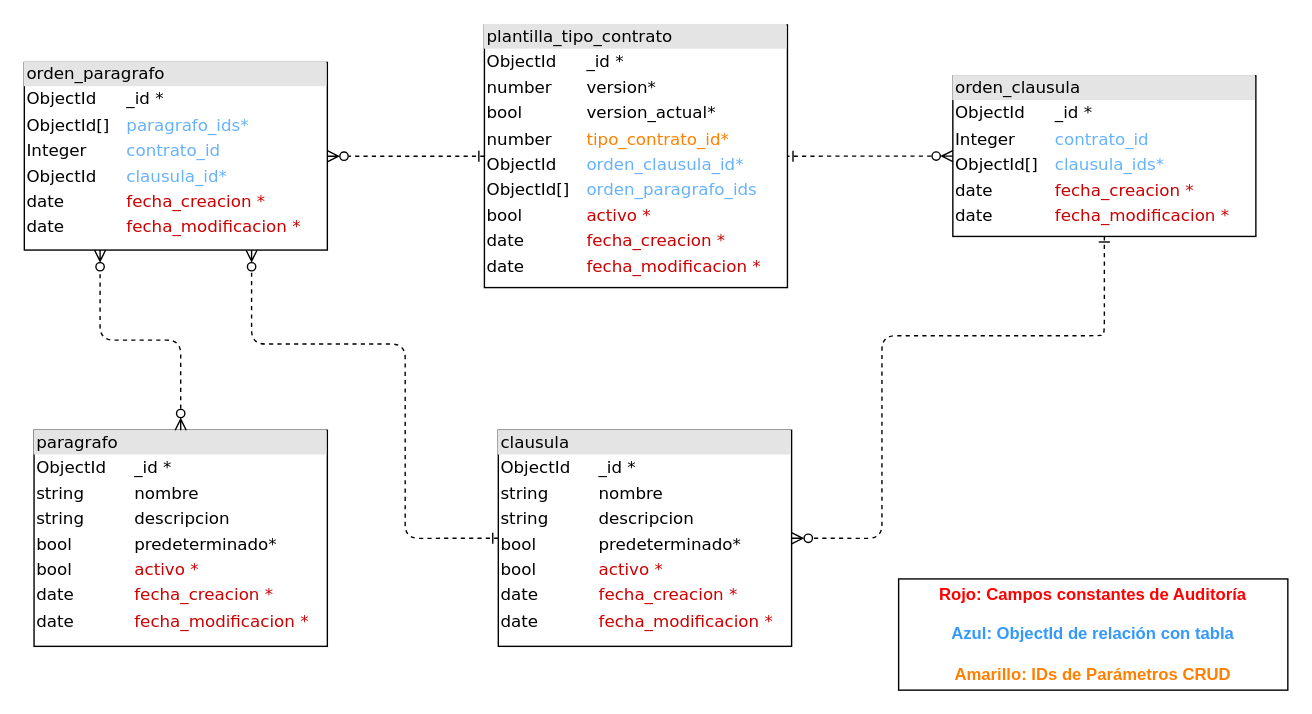
Before: database/modelo-datos-no-relacional-clausulas-paragrafos.drawio in udistrital/clausulas_paragrafos_crud, a draw.io diagram. Source tidied: cells renumbered, new cells numbered last; positions are measured from the earlier drawing's top-left corner, leaving out a move shared by most shapes. Both pictures are drawn from the tidied source at 139%, with x=0, y=0 at pixel (24, 24).
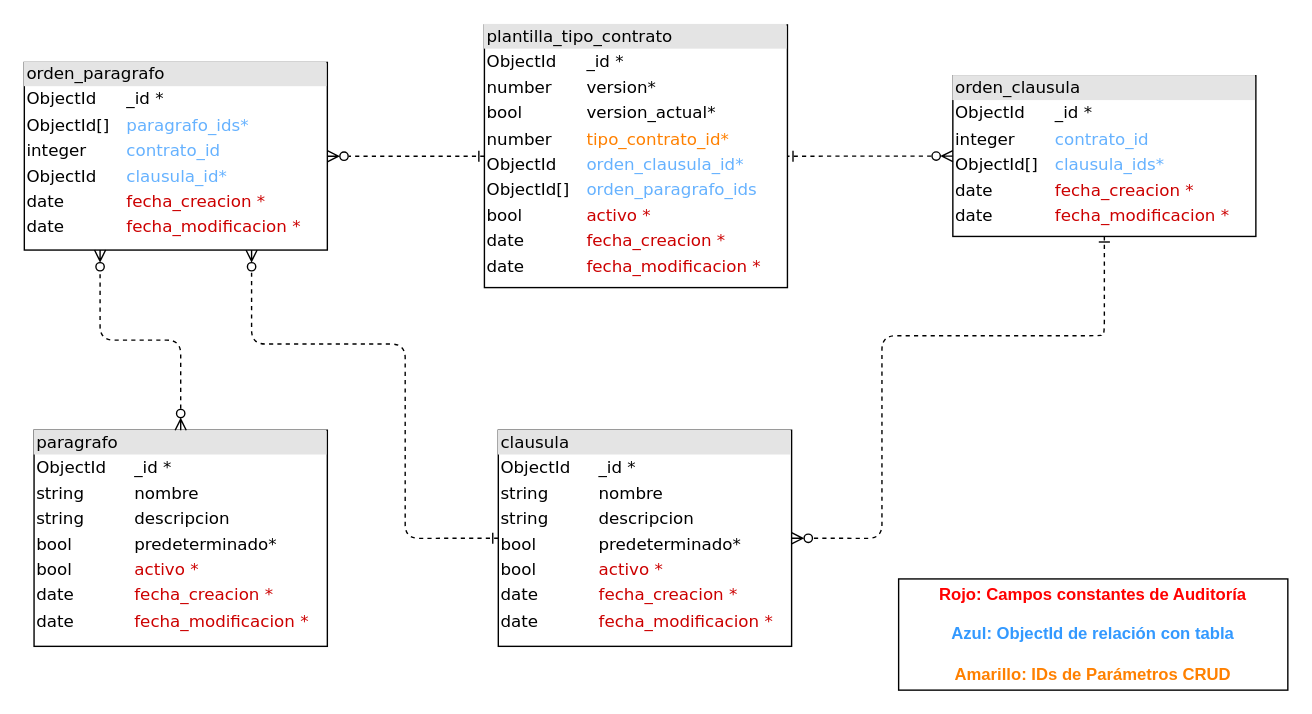
After the change.

Commit message (it also covers changes not shown here):
feat: Actualización modelo de datos udistrital/argo_documentacion#148

Diff of the diagram source:
```diff
@@
 <mxGraphModel>
   <root>
     <mxCell id="0" />
     <mxCell id="1" parent="0" />
     <mxCell id="2" value="&lt;div style=&quot;box-sizing: border-box ; width: 100% ; background: #e4e4e4 ; padding: 2px&quot;&gt;clausula&lt;/div&gt;&lt;table style=&quot;width: 100% ; font-size: 1em&quot; cellpadding=&quot;2&quot; cellspacing=&quot;0&quot;&gt;&lt;tbody&gt;&lt;tr&gt;&lt;td&gt;ObjectId&lt;span style=&quot;white-space: pre;&quot;&gt;&#9;&lt;/span&gt;&lt;/td&gt;&lt;td&gt;_id *&lt;/td&gt;&lt;/tr&gt;&lt;tr&gt;&lt;td&gt;string&lt;/td&gt;&lt;td&gt;nombre&lt;/td&gt;&lt;/tr&gt;&lt;tr&gt;&lt;td&gt;string&lt;br&gt;&lt;/td&gt;&lt;td&gt;descripcion&lt;br&gt;&lt;/td&gt;&lt;/tr&gt;&lt;tr&gt;&lt;td&gt;bool&lt;/td&gt;&lt;td&gt;predeterminado*&lt;/td&gt;&lt;/tr&gt;&lt;tr&gt;&lt;td&gt;bool&lt;br&gt;&lt;/td&gt;&lt;td&gt;&lt;span style=&quot;color: rgb(204, 0, 0);&quot;&gt;activo *&lt;/span&gt;&lt;br style=&quot;color: rgb(204, 0, 0);&quot;&gt;&lt;/td&gt;&lt;/tr&gt;&lt;tr&gt;&lt;td&gt;date&lt;/td&gt;&lt;td&gt;&lt;span style=&quot;color: rgb(204, 0, 0);&quot;&gt;fecha_creacion *&lt;/span&gt;&lt;br style=&quot;color: rgb(204, 0, 0);&quot;&gt;&lt;/td&gt;&lt;/tr&gt;&lt;tr&gt;&lt;td&gt;date&lt;/td&gt;&lt;td&gt;&lt;span style=&quot;color: rgb(204, 0, 0);&quot;&gt;fecha_modificacion *&lt;/span&gt;&lt;br&gt;&lt;/td&gt;&lt;/tr&gt;&lt;/tbody&gt;&lt;/table&gt;" style="verticalAlign=top;align=left;overflow=fill;html=1;rounded=0;shadow=0;comic=0;labelBackgroundColor=none;strokeWidth=1;fontFamily=Verdana;fontSize=12;" parent="1" vertex="1">
       <mxGeometry x="341" y="292" width="211" height="155.5" as="geometry" />
     </mxCell>
     <mxCell id="3" value="&lt;div style=&quot;box-sizing: border-box ; width: 100% ; background: #e4e4e4 ; padding: 2px&quot;&gt;paragrafo&lt;/div&gt;&lt;table style=&quot;width: 100% ; font-size: 1em&quot; cellpadding=&quot;2&quot; cellspacing=&quot;0&quot;&gt;&lt;tbody&gt;&lt;tr&gt;&lt;td&gt;ObjectId&lt;span style=&quot;white-space: pre;&quot;&gt;&#9;&lt;/span&gt;&lt;/td&gt;&lt;td&gt;_id *&lt;/td&gt;&lt;/tr&gt;&lt;tr&gt;&lt;td&gt;string&lt;/td&gt;&lt;td&gt;nombre&lt;/td&gt;&lt;/tr&gt;&lt;tr&gt;&lt;td&gt;string&lt;br&gt;&lt;/td&gt;&lt;td&gt;descripcion&lt;br&gt;&lt;/td&gt;&lt;/tr&gt;&lt;tr&gt;&lt;td&gt;bool&lt;/td&gt;&lt;td&gt;predeterminado*&lt;/td&gt;&lt;/tr&gt;&lt;tr&gt;&lt;td&gt;bool&lt;br&gt;&lt;/td&gt;&lt;td&gt;&lt;span style=&quot;color: rgb(204, 0, 0);&quot;&gt;activo *&lt;/span&gt;&lt;br style=&quot;color: rgb(204, 0, 0);&quot;&gt;&lt;/td&gt;&lt;/tr&gt;&lt;tr&gt;&lt;td&gt;date&lt;/td&gt;&lt;td&gt;&lt;span style=&quot;color: rgb(204, 0, 0);&quot;&gt;fecha_creacion *&lt;/span&gt;&lt;br style=&quot;color: rgb(204, 0, 0);&quot;&gt;&lt;/td&gt;&lt;/tr&gt;&lt;tr&gt;&lt;td&gt;date&lt;/td&gt;&lt;td&gt;&lt;span style=&quot;color: rgb(204, 0, 0);&quot;&gt;fecha_modificacion *&lt;/span&gt;&lt;br&gt;&lt;/td&gt;&lt;/tr&gt;&lt;/tbody&gt;&lt;/table&gt;" style="verticalAlign=top;align=left;overflow=fill;html=1;rounded=0;shadow=0;comic=0;labelBackgroundColor=none;strokeWidth=1;fontFamily=Verdana;fontSize=12;" parent="1" vertex="1">
       <mxGeometry x="7" y="292" width="211" height="155.5" as="geometry" />
     </mxCell>
-    <mxCell id="4" value="&lt;div style=&quot;box-sizing: border-box ; width: 100% ; background: #e4e4e4 ; padding: 2px&quot;&gt;orden_clausula&lt;/div&gt;&lt;table style=&quot;width: 100% ; font-size: 1em&quot; cellpadding=&quot;2&quot; cellspacing=&quot;0&quot;&gt;&lt;tbody&gt;&lt;tr&gt;&lt;td&gt;ObjectId&lt;/td&gt;&lt;td&gt;_id *&lt;/td&gt;&lt;/tr&gt;&lt;tr&gt;&lt;td&gt;Integer&lt;br&gt;&lt;/td&gt;&lt;td&gt;&lt;font color=&quot;#66b2ff&quot;&gt;contrato_id&lt;/font&gt;&lt;/td&gt;&lt;/tr&gt;&lt;tr&gt;&lt;td&gt;ObjectId[]&lt;/td&gt;&lt;td&gt;&lt;font color=&quot;#66b2ff&quot;&gt;clausula_ids*&lt;/font&gt;&lt;/td&gt;&lt;/tr&gt;&lt;tr&gt;&lt;td&gt;date&lt;/td&gt;&lt;td&gt;&lt;span style=&quot;color: rgb(204, 0, 0);&quot;&gt;fecha_creacion *&lt;/span&gt;&lt;br style=&quot;color: rgb(204, 0, 0);&quot;&gt;&lt;/td&gt;&lt;/tr&gt;&lt;tr&gt;&lt;td&gt;date&lt;/td&gt;&lt;td&gt;&lt;span style=&quot;color: rgb(204, 0, 0);&quot;&gt;fecha_modificacion *&lt;/span&gt;&lt;br&gt;&lt;/td&gt;&lt;/tr&gt;&lt;/tbody&gt;&lt;/table&gt;" style="verticalAlign=top;align=left;overflow=fill;html=1;rounded=0;shadow=0;comic=0;labelBackgroundColor=none;strokeWidth=1;fontFamily=Verdana;fontSize=12;" parent="1" vertex="1">
+    <mxCell id="4" value="&lt;div style=&quot;box-sizing: border-box ; width: 100% ; background: #e4e4e4 ; padding: 2px&quot;&gt;orden_clausula&lt;/div&gt;&lt;table style=&quot;width: 100% ; font-size: 1em&quot; cellpadding=&quot;2&quot; cellspacing=&quot;0&quot;&gt;&lt;tbody&gt;&lt;tr&gt;&lt;td&gt;ObjectId&lt;/td&gt;&lt;td&gt;_id *&lt;/td&gt;&lt;/tr&gt;&lt;tr&gt;&lt;td&gt;integer&lt;br&gt;&lt;/td&gt;&lt;td&gt;&lt;font color=&quot;#66b2ff&quot;&gt;contrato_id&lt;/font&gt;&lt;/td&gt;&lt;/tr&gt;&lt;tr&gt;&lt;td&gt;ObjectId[]&lt;/td&gt;&lt;td&gt;&lt;font color=&quot;#66b2ff&quot;&gt;clausula_ids*&lt;/font&gt;&lt;/td&gt;&lt;/tr&gt;&lt;tr&gt;&lt;td&gt;date&lt;/td&gt;&lt;td&gt;&lt;span style=&quot;color: rgb(204, 0, 0);&quot;&gt;fecha_creacion *&lt;/span&gt;&lt;br style=&quot;color: rgb(204, 0, 0);&quot;&gt;&lt;/td&gt;&lt;/tr&gt;&lt;tr&gt;&lt;td&gt;date&lt;/td&gt;&lt;td&gt;&lt;span style=&quot;color: rgb(204, 0, 0);&quot;&gt;fecha_modificacion *&lt;/span&gt;&lt;br&gt;&lt;/td&gt;&lt;/tr&gt;&lt;/tbody&gt;&lt;/table&gt;" style="verticalAlign=top;align=left;overflow=fill;html=1;rounded=0;shadow=0;comic=0;labelBackgroundColor=none;strokeWidth=1;fontFamily=Verdana;fontSize=12;" parent="1" vertex="1">
       <mxGeometry x="668" y="37" width="218" height="115.6" as="geometry" />
     </mxCell>
     <mxCell id="5" value="&lt;div style=&quot;box-sizing: border-box ; width: 100% ; background: #e4e4e4 ; padding: 2px&quot;&gt;plantilla_tipo_contrato&lt;/div&gt;&lt;table style=&quot;width: 100% ; font-size: 1em&quot; cellpadding=&quot;2&quot; cellspacing=&quot;0&quot;&gt;&lt;tbody&gt;&lt;tr&gt;&lt;td&gt;ObjectId&lt;/td&gt;&lt;td&gt;_id *&lt;/td&gt;&lt;/tr&gt;&lt;tr&gt;&lt;td&gt;number&lt;/td&gt;&lt;td&gt;version*&lt;/td&gt;&lt;/tr&gt;&lt;tr&gt;&lt;td&gt;bool&lt;/td&gt;&lt;td&gt;version_actual*&lt;/td&gt;&lt;/tr&gt;&lt;tr&gt;&lt;td&gt;number&lt;/td&gt;&lt;td&gt;&lt;font color=&quot;#ff8000&quot;&gt;tipo_contrato_id*&lt;/font&gt;&lt;/td&gt;&lt;/tr&gt;&lt;tr&gt;&lt;td&gt;ObjectId&lt;/td&gt;&lt;td&gt;&lt;font color=&quot;#66b2ff&quot;&gt;orden_clausula_id*&lt;/font&gt;&lt;/td&gt;&lt;/tr&gt;&lt;tr&gt;&lt;td&gt;ObjectId[]&lt;/td&gt;&lt;td&gt;&lt;font color=&quot;#66b2ff&quot;&gt;orden_paragrafo_ids&lt;/font&gt;&lt;/td&gt;&lt;/tr&gt;&lt;tr&gt;&lt;td&gt;bool&lt;br&gt;&lt;/td&gt;&lt;td&gt;&lt;span style=&quot;color: rgb(204, 0, 0);&quot;&gt;activo *&lt;/span&gt;&lt;br style=&quot;color: rgb(204, 0, 0);&quot;&gt;&lt;/td&gt;&lt;/tr&gt;&lt;tr&gt;&lt;td&gt;date&lt;/td&gt;&lt;td&gt;&lt;span style=&quot;color: rgb(204, 0, 0);&quot;&gt;fecha_creacion *&lt;/span&gt;&lt;br style=&quot;color: rgb(204, 0, 0);&quot;&gt;&lt;/td&gt;&lt;/tr&gt;&lt;tr&gt;&lt;td&gt;date&lt;/td&gt;&lt;td&gt;&lt;span style=&quot;color: rgb(204, 0, 0);&quot;&gt;fecha_modificacion *&lt;/span&gt;&lt;br&gt;&lt;/td&gt;&lt;/tr&gt;&lt;/tbody&gt;&lt;/table&gt;" style="verticalAlign=top;align=left;overflow=fill;html=1;rounded=0;shadow=0;comic=0;labelBackgroundColor=none;strokeWidth=1;fontFamily=Verdana;fontSize=12;" parent="1" vertex="1">
       <mxGeometry x="331" y="0.4" width="218" height="189" as="geometry" />
     </mxCell>
     <mxCell id="6" style="edgeStyle=orthogonalEdgeStyle;html=1;dashed=1;labelBackgroundColor=none;startArrow=ERone;endArrow=ERzeroToMany;fontFamily=Verdana;fontSize=12;align=left;startFill=0;endFill=0;entryX=1;entryY=0.5;entryDx=0;entryDy=0;exitX=0.5;exitY=1;exitDx=0;exitDy=0;" parent="1" edge="1" source="4" target="2">
       <mxGeometry relative="1" as="geometry">
         <Array as="points">
           <mxPoint x="777" y="223" />
           <mxPoint x="775" y="223" />
           <mxPoint x="775" y="224" />
           <mxPoint x="617" y="224" />
           <mxPoint x="617" y="370" />
         </Array>
       </mxGeometry>
     </mxCell>
     <mxCell id="7" style="edgeStyle=orthogonalEdgeStyle;html=1;dashed=1;labelBackgroundColor=none;startArrow=ERone;endArrow=ERzeroToMany;fontFamily=Verdana;fontSize=12;align=left;startFill=0;endFill=0;entryX=0.75;entryY=1;entryDx=0;entryDy=0;exitX=0;exitY=0.5;exitDx=0;exitDy=0;" parent="1" edge="1" source="2" target="8">
       <mxGeometry relative="1" as="geometry">
         <Array as="points">
           <mxPoint x="274" y="370" />
           <mxPoint x="274" y="230" />
           <mxPoint x="164" y="230" />
         </Array>
       </mxGeometry>
     </mxCell>
-    <mxCell id="8" value="&lt;div style=&quot;box-sizing: border-box ; width: 100% ; background: #e4e4e4 ; padding: 2px&quot;&gt;orden_paragrafo&lt;/div&gt;&lt;table style=&quot;width: 100% ; font-size: 1em&quot; cellpadding=&quot;2&quot; cellspacing=&quot;0&quot;&gt;&lt;tbody&gt;&lt;tr&gt;&lt;td&gt;ObjectId&lt;/td&gt;&lt;td&gt;_id *&lt;/td&gt;&lt;/tr&gt;&lt;tr&gt;&lt;td&gt;ObjectId[]&lt;/td&gt;&lt;td&gt;&lt;font color=&quot;#66b2ff&quot;&gt;paragrafo_ids*&lt;/font&gt;&lt;/td&gt;&lt;/tr&gt;&lt;tr&gt;&lt;td&gt;Integer&lt;/td&gt;&lt;td&gt;&lt;font color=&quot;#66b2ff&quot;&gt;contrato_id&lt;/font&gt;&lt;/td&gt;&lt;/tr&gt;&lt;tr&gt;&lt;td&gt;ObjectId&lt;/td&gt;&lt;td&gt;&lt;font color=&quot;#66b2ff&quot;&gt;clausula_id*&lt;/font&gt;&lt;/td&gt;&lt;/tr&gt;&lt;tr&gt;&lt;td&gt;date&lt;/td&gt;&lt;td&gt;&lt;span style=&quot;color: rgb(204, 0, 0);&quot;&gt;fecha_creacion *&lt;/span&gt;&lt;br style=&quot;color: rgb(204, 0, 0);&quot;&gt;&lt;/td&gt;&lt;/tr&gt;&lt;tr&gt;&lt;td&gt;date&lt;/td&gt;&lt;td&gt;&lt;span style=&quot;color: rgb(204, 0, 0);&quot;&gt;fecha_modificacion *&lt;/span&gt;&lt;br&gt;&lt;/td&gt;&lt;/tr&gt;&lt;/tbody&gt;&lt;/table&gt;" style="verticalAlign=top;align=left;overflow=fill;html=1;rounded=0;shadow=0;comic=0;labelBackgroundColor=none;strokeWidth=1;fontFamily=Verdana;fontSize=12;" parent="1" vertex="1">
+    <mxCell id="8" value="&lt;div style=&quot;box-sizing: border-box ; width: 100% ; background: #e4e4e4 ; padding: 2px&quot;&gt;orden_paragrafo&lt;/div&gt;&lt;table style=&quot;width: 100% ; font-size: 1em&quot; cellpadding=&quot;2&quot; cellspacing=&quot;0&quot;&gt;&lt;tbody&gt;&lt;tr&gt;&lt;td&gt;ObjectId&lt;/td&gt;&lt;td&gt;_id *&lt;/td&gt;&lt;/tr&gt;&lt;tr&gt;&lt;td&gt;ObjectId[]&lt;/td&gt;&lt;td&gt;&lt;font color=&quot;#66b2ff&quot;&gt;paragrafo_ids*&lt;/font&gt;&lt;/td&gt;&lt;/tr&gt;&lt;tr&gt;&lt;td&gt;integer&lt;/td&gt;&lt;td&gt;&lt;font color=&quot;#66b2ff&quot;&gt;contrato_id&lt;/font&gt;&lt;/td&gt;&lt;/tr&gt;&lt;tr&gt;&lt;td&gt;ObjectId&lt;/td&gt;&lt;td&gt;&lt;font color=&quot;#66b2ff&quot;&gt;clausula_id*&lt;/font&gt;&lt;/td&gt;&lt;/tr&gt;&lt;tr&gt;&lt;td&gt;date&lt;/td&gt;&lt;td&gt;&lt;span style=&quot;color: rgb(204, 0, 0);&quot;&gt;fecha_creacion *&lt;/span&gt;&lt;br style=&quot;color: rgb(204, 0, 0);&quot;&gt;&lt;/td&gt;&lt;/tr&gt;&lt;tr&gt;&lt;td&gt;date&lt;/td&gt;&lt;td&gt;&lt;span style=&quot;color: rgb(204, 0, 0);&quot;&gt;fecha_modificacion *&lt;/span&gt;&lt;br&gt;&lt;/td&gt;&lt;/tr&gt;&lt;/tbody&gt;&lt;/table&gt;" style="verticalAlign=top;align=left;overflow=fill;html=1;rounded=0;shadow=0;comic=0;labelBackgroundColor=none;strokeWidth=1;fontFamily=Verdana;fontSize=12;" parent="1" vertex="1">
       <mxGeometry y="27.4" width="218" height="135" as="geometry" />
     </mxCell>
     <mxCell id="9" style="edgeStyle=orthogonalEdgeStyle;html=1;dashed=1;labelBackgroundColor=none;startArrow=ERzeroToMany;endArrow=ERzeroToMany;fontFamily=Verdana;fontSize=12;align=left;startFill=0;endFill=0;entryX=0.25;entryY=1;entryDx=0;entryDy=0;exitX=0.5;exitY=0;exitDx=0;exitDy=0;" parent="1" edge="1" source="3" target="8">
       <mxGeometry relative="1" as="geometry" />
     </mxCell>
     <mxCell id="10" style="edgeStyle=orthogonalEdgeStyle;html=1;dashed=1;labelBackgroundColor=none;startArrow=ERone;endArrow=ERzeroToMany;fontFamily=Verdana;fontSize=12;align=left;startFill=0;endFill=0;entryX=1;entryY=0.5;entryDx=0;entryDy=0;exitX=0;exitY=0.5;exitDx=0;exitDy=0;" parent="1" edge="1" source="5" target="8">
       <mxGeometry relative="1" as="geometry" />
     </mxCell>
     <mxCell id="11" style="edgeStyle=orthogonalEdgeStyle;html=1;dashed=1;labelBackgroundColor=none;startArrow=ERzeroToMany;endArrow=ERone;fontFamily=Verdana;fontSize=12;align=left;startFill=0;endFill=0;entryX=1;entryY=0.5;entryDx=0;entryDy=0;exitX=0;exitY=0.5;exitDx=0;exitDy=0;" parent="1" edge="1" source="4" target="5">
       <mxGeometry relative="1" as="geometry" />
     </mxCell>
     <mxCell id="12" value="&lt;b&gt;&lt;font color=&quot;#ff0000&quot;&gt;Rojo: Campos constantes de Auditoría&lt;/font&gt;&lt;/b&gt;&lt;div&gt;&lt;b&gt;&lt;font color=&quot;#ff0000&quot;&gt;&lt;br&gt;&lt;/font&gt;&lt;/b&gt;&lt;/div&gt;&lt;div&gt;&lt;b&gt;&lt;font color=&quot;#3399ff&quot;&gt;Azul: ObjectId de relación con tabla&lt;/font&gt;&lt;/b&gt;&lt;/div&gt;&lt;div&gt;&lt;b&gt;&lt;font color=&quot;#3399ff&quot;&gt;&lt;br&gt;&lt;/font&gt;&lt;/b&gt;&lt;/div&gt;&lt;div&gt;&lt;b&gt;&lt;font color=&quot;#ff8000&quot;&gt;Amarillo: IDs de Parámetros CRUD&lt;/font&gt;&lt;/b&gt;&lt;/div&gt;" style="rounded=0;whiteSpace=wrap;html=1;" parent="1" vertex="1">
       <mxGeometry x="629" y="399" width="280" height="80" as="geometry" />
     </mxCell>
   </root>
 </mxGraphModel>
```
